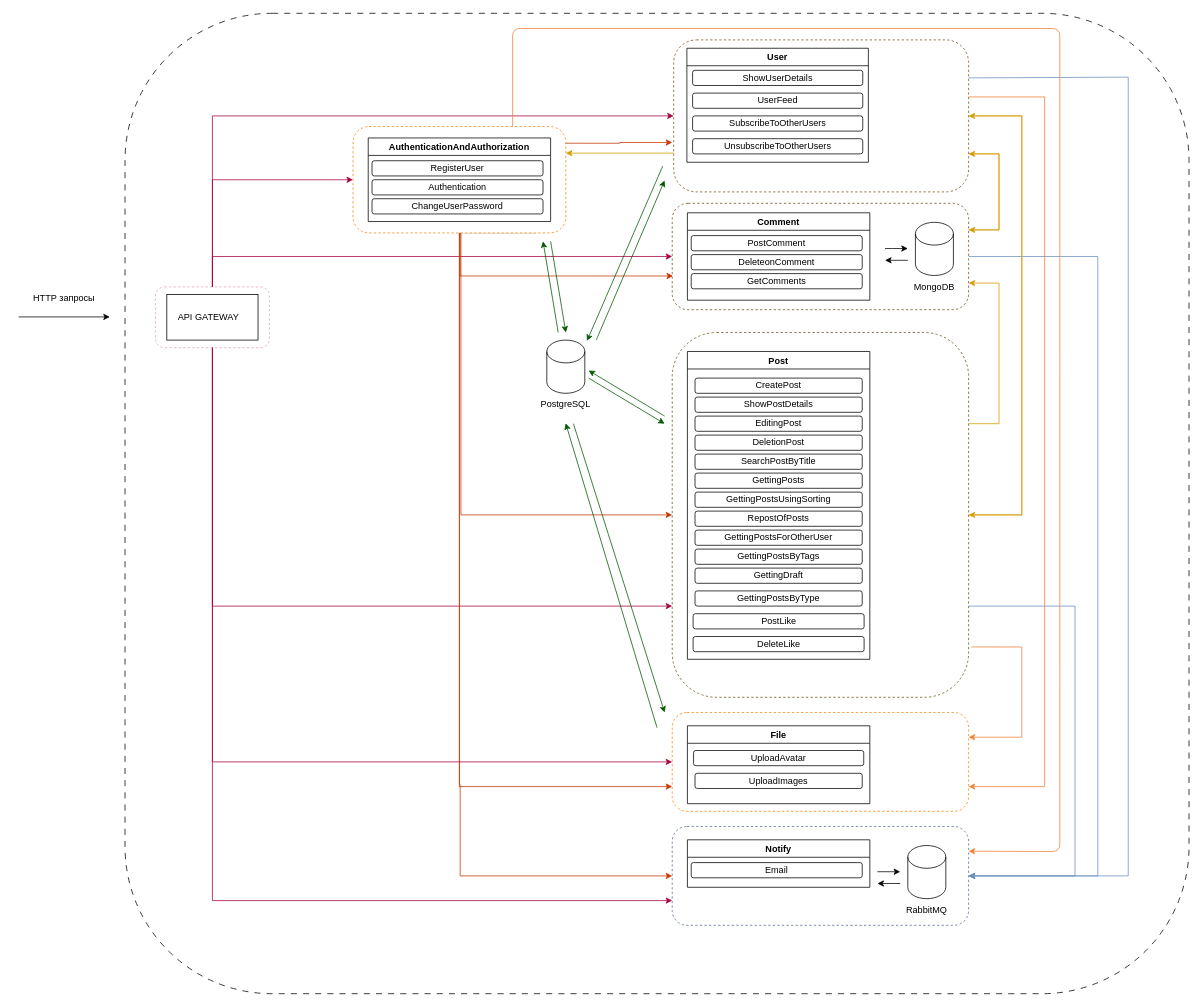
htmlacademy-nestjs/2033003-readme-4 keeps this draw.io diagram as specification.drawio. Above is the earlier version. Source tidied: cells renumbered, new cells numbered last; positions are measured from the earlier drawing's top-left corner, leaving out a move shared by most shapes. Both pictures are drawn from the tidied source at 76%, with x=0, y=0 at pixel (18, 13).
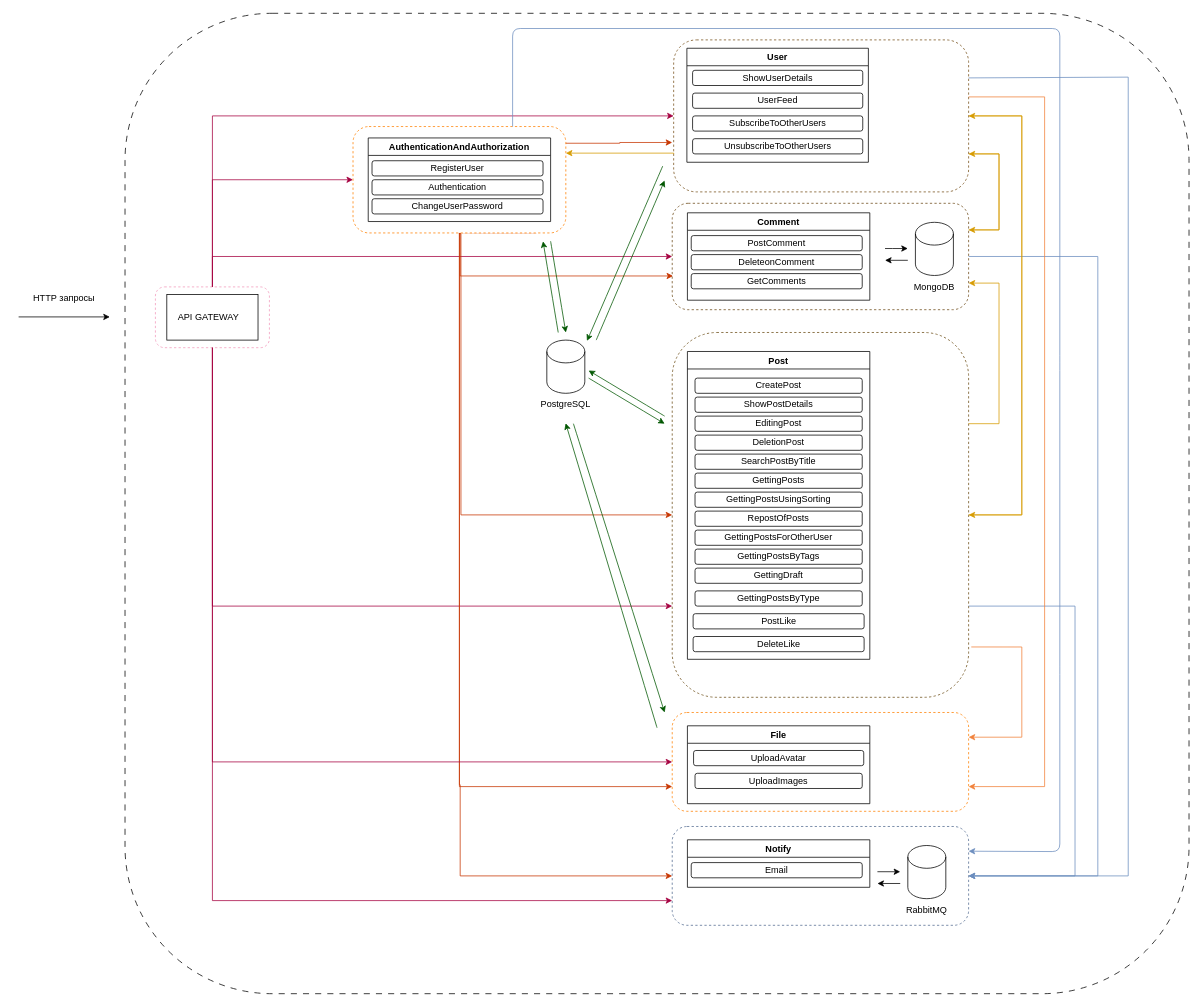
The same diagram, later.

Commit message:
update notify color

Unchanged cells that the change refers to:
```xml
<mxCell id="16" style="rounded=1;whiteSpace=wrap;html=1;dashed=1;strokeColor=#546c90;" parent="15" vertex="1">
  <mxGeometry width="390" height="130" as="geometry" />
</mxCell>
<mxCell id="30" style="rounded=1;whiteSpace=wrap;html=1;dashed=1;strokeColor=#FF8000;" parent="29" vertex="1">
  <mxGeometry width="280" height="140" as="geometry" />
</mxCell>
```

Diff of the diagram source:
```diff
@@
-    <mxCell id="100" style="edgeStyle=none;html=1;exitX=0.75;exitY=0;exitDx=0;exitDy=0;entryX=1;entryY=0.25;entryDx=0;entryDy=0;strokeColor=#f1803a;" parent="1" edge="1" source="30" target="16">
+    <mxCell id="100" style="edgeStyle=none;html=1;exitX=0.75;exitY=0;exitDx=0;exitDy=0;entryX=1;entryY=0.25;entryDx=0;entryDy=0;strokeColor=#6d8ebf;fillColor=#1ba1e2;" parent="1" edge="1" source="30" target="16">
       <mxGeometry relative="1" as="geometry">
         <Array as="points">
           <mxPoint x="650" y="20" />
           <mxPoint x="1370" y="20" />
           <mxPoint x="1370" y="460" />
           <mxPoint x="1370" y="870" />
           <mxPoint x="1370" y="1103" />
         </Array>
       </mxGeometry>
     </mxCell>
```
